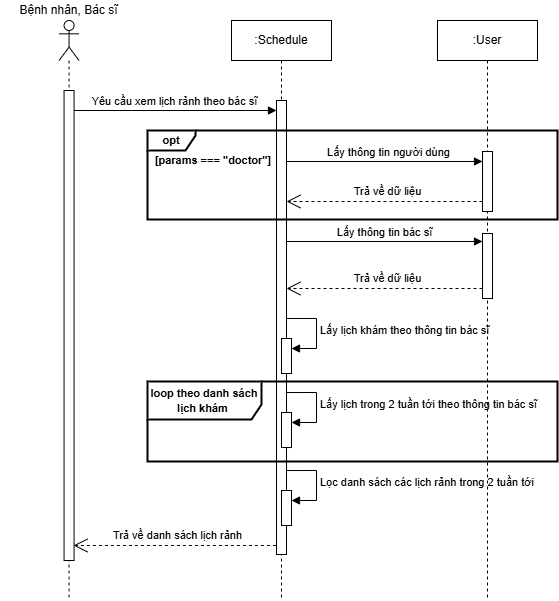
Above: latex_20241/Images/sequence/schedule/getAvailableByDoctor.drawio.png in techcomrade/fmECG (draw.io), before the change. Source tidied: cells renumbered, new cells last; positions are measured from the earlier drawing's top-left corner, leaving out a move shared by most shapes.
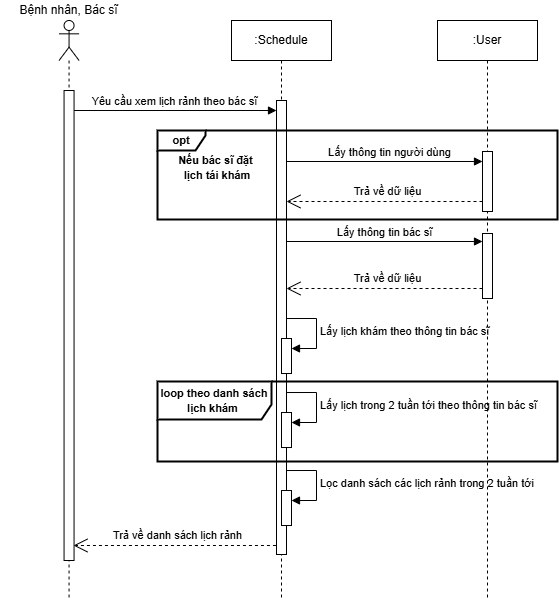
Above is the later version.

Change to the diagram source:
```diff
@@ -62,7 +62,7 @@
       </mxGeometry>
     </mxCell>
     <mxCell id="15" value="&lt;b&gt;&lt;font style=&quot;font-size: 11px;&quot;&gt;loop theo danh sách lịch khám&amp;nbsp;&lt;/font&gt;&lt;/b&gt;" style="shape=umlFrame;whiteSpace=wrap;html=1;width=114;height=38;strokeWidth=2;" parent="1" vertex="1">
-      <mxGeometry x="147" y="381" width="410" height="80" as="geometry" />
+      <mxGeometry x="157" y="381" width="400" height="80" as="geometry" />
     </mxCell>
     <mxCell id="16" value=":User" style="shape=umlLifeline;perimeter=lifelinePerimeter;whiteSpace=wrap;html=1;newEdgeStyle={&quot;curved&quot;:0,&quot;rounded&quot;:0};" parent="1" vertex="1">
       <mxGeometry x="437" y="20" width="100" height="580" as="geometry" />
@@ -91,10 +91,10 @@
       </mxGeometry>
     </mxCell>
     <mxCell id="22" value="&lt;font style=&quot;font-size: 11px;&quot;&gt;&lt;b&gt;opt&lt;/b&gt;&lt;/font&gt;" style="shape=umlFrame;whiteSpace=wrap;html=1;width=48;height=20;strokeWidth=2;fillColor=none;" parent="1" vertex="1">
-      <mxGeometry x="147" y="130" width="410" height="89" as="geometry" />
+      <mxGeometry x="157" y="130" width="400" height="89" as="geometry" />
     </mxCell>
-    <mxCell id="23" value="&lt;span style=&quot;font-size: 11px;&quot;&gt;&lt;b&gt;[params === &quot;doctor&quot;]&lt;/b&gt;&lt;/span&gt;" style="text;html=1;strokeColor=none;fillColor=none;align=center;verticalAlign=middle;whiteSpace=wrap;rounded=0;" parent="1" vertex="1">
-      <mxGeometry x="153" y="150" width="120" height="20" as="geometry" />
+    <mxCell id="23" value="&lt;span style=&quot;font-size: 11px;&quot;&gt;&lt;b&gt;Nếu bác sĩ đặt&amp;nbsp;&lt;/b&gt;&lt;/span&gt;&lt;div&gt;&lt;span style=&quot;font-size: 11px;&quot;&gt;&lt;b&gt;lịch tái khám&lt;/b&gt;&lt;/span&gt;&lt;/div&gt;" style="text;html=1;strokeColor=none;fillColor=none;align=center;verticalAlign=middle;whiteSpace=wrap;rounded=0;" parent="1" vertex="1">
+      <mxGeometry x="157" y="157" width="120" height="20" as="geometry" />
     </mxCell>
     <mxCell id="24" value="&lt;span style=&quot;font-size: 11px;&quot;&gt;Lấy thông tin người dùng&lt;/span&gt;" style="text;html=1;align=center;verticalAlign=middle;strokeColor=none;fillColor=none;" parent="1" vertex="1">
       <mxGeometry x="318" y="139" width="141" height="26" as="geometry" />
```
